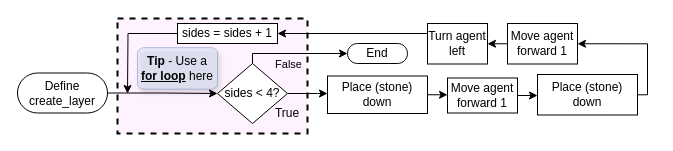
The draw.io diagram tutorials/python-islands/island-7/tower_builder/flowchart-landscape-function.drawio in CausewayDigital/Minecraft-EE-MakeCode, before the edit. Source tidied: cells renumbered, new cells numbered last; positions are measured from the earlier drawing's top-left corner, leaving out a move shared by most shapes. Both pictures are drawn from the tidied source at 100%, with x=0, y=0 at pixel (17, 18).
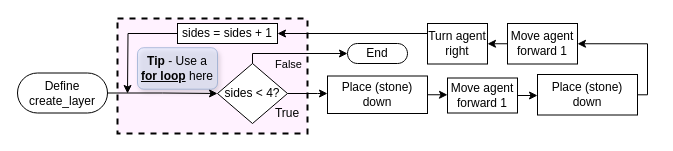
The same page after the edit.

Commit message (it also covers changes not shown here):
Correction flowcharts, island 7 tower builder function turn direction

Diff of the diagram source:
```diff
@@
-    <mxCell id="17" value="Turn agent left" style="rounded=0;whiteSpace=wrap;html=1;strokeColor=light-dark(#000000, #ededed);" parent="1" vertex="1">
+    <mxCell id="17" value="Turn agent right" style="rounded=0;whiteSpace=wrap;html=1;strokeColor=light-dark(#000000, #ededed);" parent="1" vertex="1">
       <mxGeometry x="410" y="5" width="60" height="40.5" as="geometry" />
     </mxCell>
```
